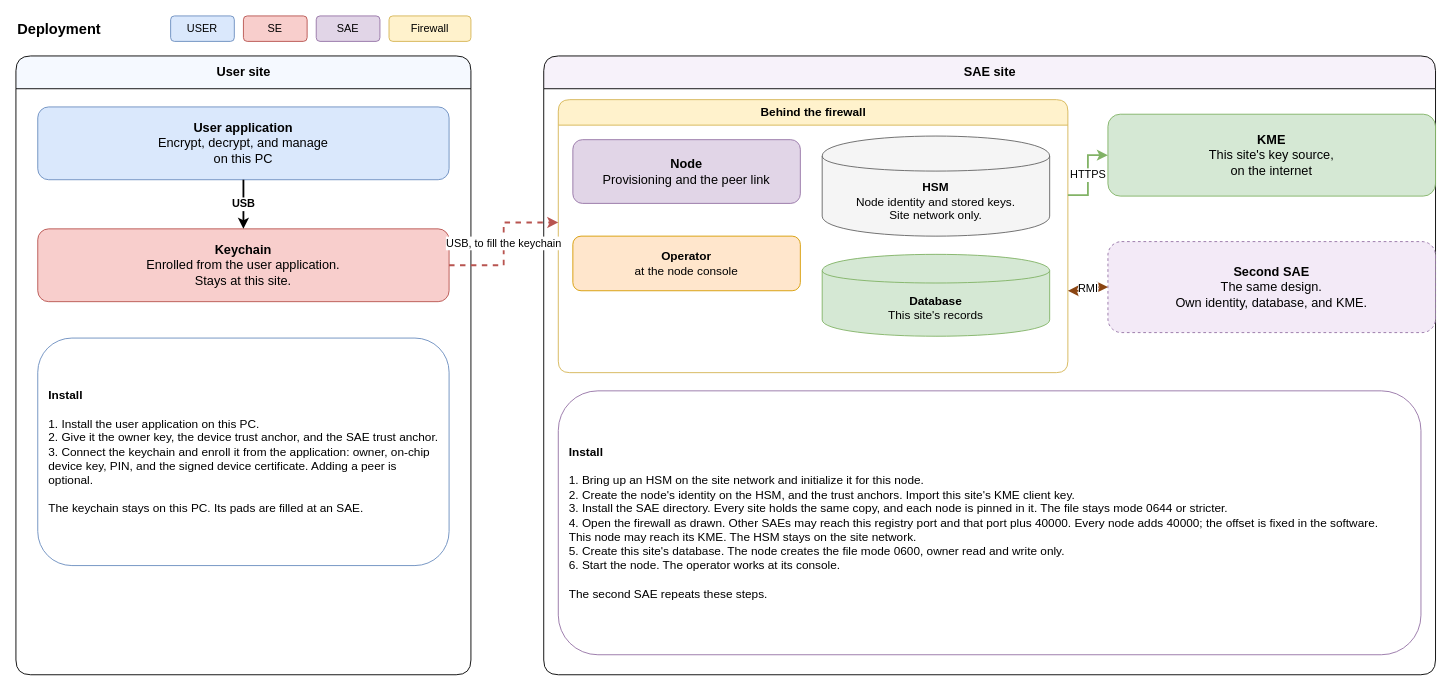
This is diagrams/deployment.drawio from vonasmic/one-time-pad-keychain, a draw.io file, before an edit. Source tidied: cells renumbered, new cells numbered last; positions are measured from the earlier drawing's top-left corner, leaving out a move shared by most shapes. Both pictures are drawn from the tidied source at 91%, with x=0, y=0 at pixel (15, 15).
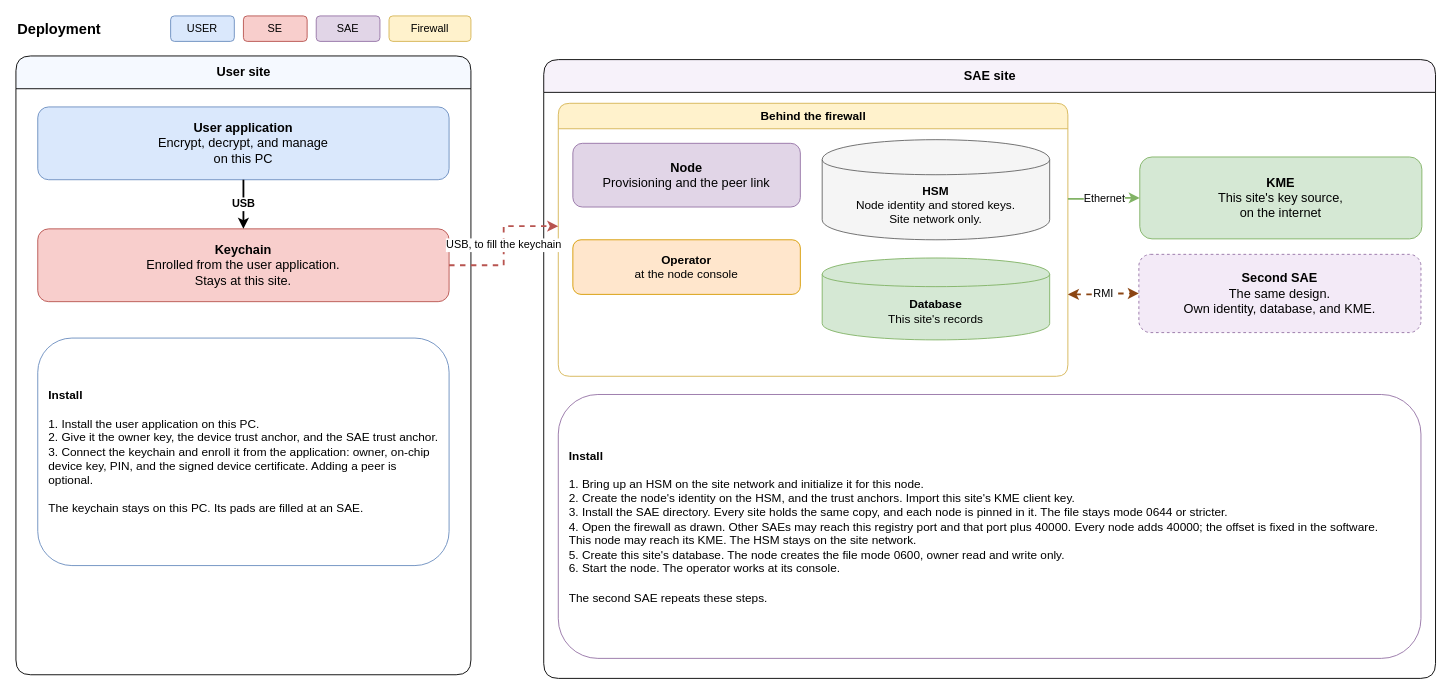
Above is the later version.

Unchanged cells that the change refers to:
```xml
<mxCell id="13" value="Behind the firewall" style="swimlane;startSize=28;fillColor=#fff2cc;strokeColor=#d6b656;rounded=1;fontStyle=1;fontSize=13;html=1;" parent="12" vertex="1">
  <mxGeometry x="16" y="48" width="560" height="300" as="geometry" />
</mxCell>
```

The edit, as a diff of the source:
```diff
@@
     <mxCell id="12" value="SAE site" style="swimlane;startSize=36;fillColor=#f7f2fa;rounded=1;fontStyle=1;fontSize=14;html=1;" parent="1" vertex="1">
-      <mxGeometry x="580" y="44" width="980" height="680" as="geometry" />
+      <mxGeometry x="580" y="48" width="980" height="680" as="geometry" />
     </mxCell>
@@
     <mxCell id="18" value="&lt;b&gt;KME&lt;/b&gt;&lt;br&gt;This site's key source,&lt;br&gt;on the internet" style="rounded=1;whiteSpace=wrap;html=1;fillColor=#d5e8d4;strokeColor=#82b366;fontSize=14;" parent="12" vertex="1">
-      <mxGeometry x="620" y="64" width="360" height="90" as="geometry" />
+      <mxGeometry x="655" y="107" width="310" height="90" as="geometry" />
     </mxCell>
     <mxCell id="19" value="&lt;b&gt;Second SAE&lt;/b&gt;&lt;br&gt;The same design.&lt;br&gt;Own identity, database, and KME." style="rounded=1;whiteSpace=wrap;html=1;fillColor=#f3eaf7;strokeColor=#9673a6;fontSize=14;dashed=1;" parent="12" vertex="1">
-      <mxGeometry x="620" y="204" width="360" height="100" as="geometry" />
+      <mxGeometry x="654" y="214" width="310" height="86" as="geometry" />
     </mxCell>
@@
-    <mxCell id="21" value="HTTPS" style="edgeStyle=orthogonalEdgeStyle;rounded=0;html=1;fontSize=12;labelBackgroundColor=#ffffff;strokeColor=#82b366;strokeWidth=2;exitX=1;exitY=0.35;entryX=0;entryY=0.5;endArrow=classic;" parent="12" edge="1" source="13" target="18">
+    <mxCell id="21" value="Ethernet" style="edgeStyle=orthogonalEdgeStyle;rounded=0;html=1;fontSize=12;labelBackgroundColor=#ffffff;strokeColor=#82b366;strokeWidth=2;exitX=1;exitY=0.35;entryX=0;entryY=0.5;endArrow=classic;" parent="12" edge="1" source="13" target="18">
       <mxGeometry relative="1" as="geometry" />
     </mxCell>
```
